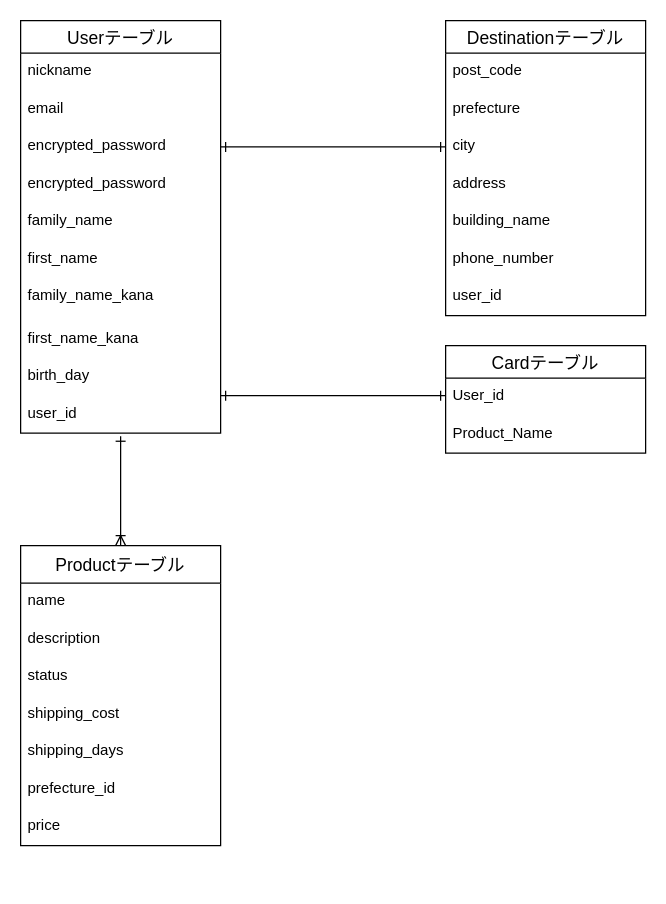
Above: test.dio in Echi0905/furima-38436 (draw.io), before the change. Source tidied: cells renumbered, new cells numbered last; positions are measured from the earlier drawing's top-left corner, leaving out a move shared by most shapes. Both pictures are drawn from the tidied source at 125%, with x=0, y=0 at pixel (20, 20).
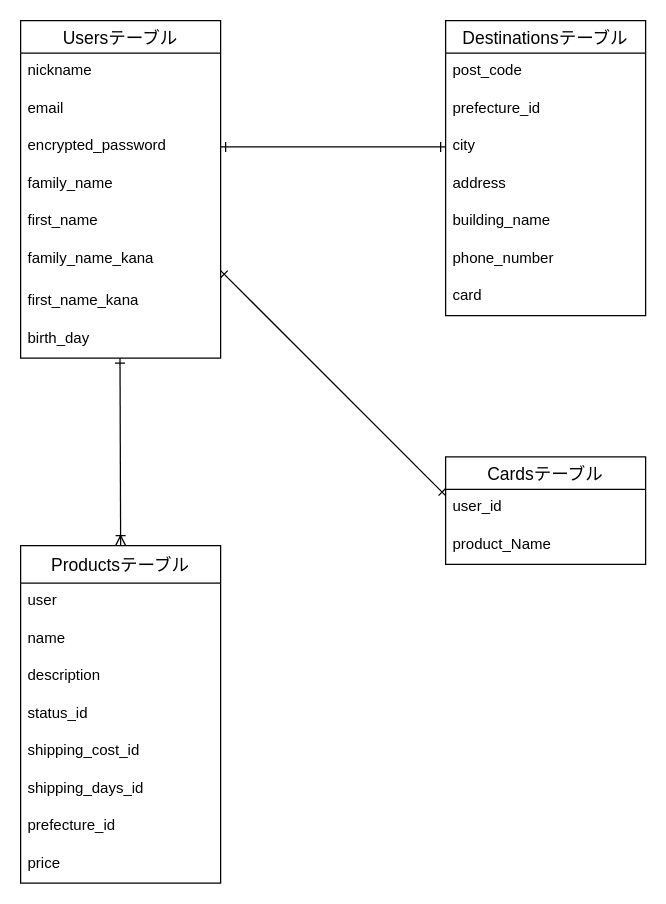
The same diagram, later.

Commit message (it also covers changes not shown here):
ER図・README修正

The edit, as a diff of the source:
```diff
@@
-    <mxCell id="2" value="Productテーブル" style="swimlane;fontStyle=0;horizontal=1;startSize=30;align=center;fontSize=14;" parent="1" vertex="1">
-      <mxGeometry y="420" width="160" height="240" as="geometry" />
+    <mxCell id="2" value="Productsテーブル" style="swimlane;fontStyle=0;horizontal=1;startSize=30;align=center;fontSize=14;" parent="1" vertex="1">
+      <mxGeometry y="420" width="160" height="270" as="geometry" />
     </mxCell>
-    <mxCell id="3" value="name" style="text;strokeColor=none;fillColor=none;spacingLeft=4;spacingRight=4;overflow=hidden;fontSize=12;" parent="2" vertex="1">
+    <mxCell id="3" value="user" style="text;strokeColor=none;fillColor=none;spacingLeft=4;spacingRight=4;overflow=hidden;fontSize=12;" parent="2" vertex="1">
       <mxGeometry y="30" width="160" height="30" as="geometry" />
     </mxCell>
+    <mxCell id="35" value="name" style="text;strokeColor=none;fillColor=none;spacingLeft=4;spacingRight=4;overflow=hidden;fontSize=12;" parent="2" vertex="1">
+      <mxGeometry y="60" width="160" height="30" as="geometry" />
+    </mxCell>
     <mxCell id="4" value="description" style="text;strokeColor=none;fillColor=none;spacingLeft=4;spacingRight=4;overflow=hidden;fontSize=12;" parent="2" vertex="1">
-      <mxGeometry y="60" width="160" height="30" as="geometry" />
+      <mxGeometry y="90" width="160" height="30" as="geometry" />
     </mxCell>
-    <mxCell id="5" value="status" style="text;strokeColor=none;fillColor=none;spacingLeft=4;spacingRight=4;overflow=hidden;fontSize=12;" parent="2" vertex="1">
-      <mxGeometry y="90" width="160" height="30" as="geometry" />
+    <mxCell id="5" value="status_id" style="text;strokeColor=none;fillColor=none;spacingLeft=4;spacingRight=4;overflow=hidden;fontSize=12;" parent="2" vertex="1">
+      <mxGeometry y="120" width="160" height="30" as="geometry" />
     </mxCell>
-    <mxCell id="6" value="shipping_cost" style="text;strokeColor=none;fillColor=none;spacingLeft=4;spacingRight=4;overflow=hidden;fontSize=12;" parent="2" vertex="1">
-      <mxGeometry y="120" width="160" height="30" as="geometry" />
+    <mxCell id="6" value="shipping_cost_id" style="text;strokeColor=none;fillColor=none;spacingLeft=4;spacingRight=4;overflow=hidden;fontSize=12;" parent="2" vertex="1">
+      <mxGeometry y="150" width="160" height="30" as="geometry" />
     </mxCell>
-    <mxCell id="7" value="shipping_days&#10;&#10;" style="text;strokeColor=none;fillColor=none;spacingLeft=4;spacingRight=4;overflow=hidden;fontSize=12;" parent="2" vertex="1">
-      <mxGeometry y="150" width="160" height="30" as="geometry" />
+    <mxCell id="7" value="shipping_days_id&#10;&#10;" style="text;strokeColor=none;fillColor=none;spacingLeft=4;spacingRight=4;overflow=hidden;fontSize=12;" parent="2" vertex="1">
+      <mxGeometry y="180" width="160" height="30" as="geometry" />
     </mxCell>
     <mxCell id="8" value="prefecture_id&#10;" style="text;strokeColor=none;fillColor=none;spacingLeft=4;spacingRight=4;overflow=hidden;fontSize=12;" parent="2" vertex="1">
-      <mxGeometry y="180" width="160" height="30" as="geometry" />
+      <mxGeometry y="210" width="160" height="30" as="geometry" />
     </mxCell>
     <mxCell id="9" value="price" style="text;strokeColor=none;fillColor=none;spacingLeft=4;spacingRight=4;overflow=hidden;fontSize=12;" parent="2" vertex="1">
-      <mxGeometry y="210" width="160" height="30" as="geometry" />
+      <mxGeometry y="240" width="160" height="30" as="geometry" />
     </mxCell>
-    <mxCell id="10" value="Userテーブル" style="swimlane;fontStyle=0;horizontal=1;startSize=26;align=center;fontSize=14;verticalAlign=middle;" parent="1" vertex="1">
-      <mxGeometry width="160" height="330" as="geometry" />
+    <mxCell id="10" value="Usersテーブル" style="swimlane;fontStyle=0;horizontal=1;startSize=26;align=center;fontSize=14;verticalAlign=middle;" parent="1" vertex="1">
+      <mxGeometry width="160" height="270" as="geometry" />
     </mxCell>
@@
-    <mxCell id="14" value="encrypted_password" style="text;strokeColor=none;fillColor=none;spacingLeft=4;spacingRight=4;overflow=hidden;fontSize=12;" parent="10" vertex="1">
-      <mxGeometry y="116" width="160" height="30" as="geometry" />
-    </mxCell>
     <mxCell id="15" value="family_name" style="text;strokeColor=none;fillColor=none;spacingLeft=4;spacingRight=4;overflow=hidden;fontSize=12;" parent="10" vertex="1">
-      <mxGeometry y="146" width="160" height="30" as="geometry" />
+      <mxGeometry y="116" width="160" height="30" as="geometry" />
     </mxCell>
     <mxCell id="16" value="first_name" style="text;strokeColor=none;fillColor=none;spacingLeft=4;spacingRight=4;overflow=hidden;fontSize=12;" parent="10" vertex="1">
-      <mxGeometry y="176" width="160" height="30" as="geometry" />
+      <mxGeometry y="146" width="160" height="30" as="geometry" />
     </mxCell>
     <mxCell id="17" value="family_name_kana&#10;&#10;" style="text;strokeColor=none;fillColor=none;spacingLeft=4;spacingRight=4;overflow=hidden;points=[[0,0.5],[1,0.5]];portConstraint=eastwest;fontSize=12;" parent="10" vertex="1">
-      <mxGeometry y="206" width="160" height="34" as="geometry" />
+      <mxGeometry y="176" width="160" height="34" as="geometry" />
     </mxCell>
     <mxCell id="18" value="first_name_kana&#10;&#10;&#10;" style="text;strokeColor=none;fillColor=none;spacingLeft=4;spacingRight=4;overflow=hidden;fontSize=12;" parent="10" vertex="1">
-      <mxGeometry y="240" width="160" height="30" as="geometry" />
+      <mxGeometry y="210" width="160" height="30" as="geometry" />
     </mxCell>
     <mxCell id="19" value="birth_day&#10;&#10;" style="text;strokeColor=none;fillColor=none;spacingLeft=4;spacingRight=4;overflow=hidden;fontSize=12;" parent="10" vertex="1">
-      <mxGeometry y="270" width="160" height="30" as="geometry" />
+      <mxGeometry y="240" width="160" height="30" as="geometry" />
     </mxCell>
-    <mxCell id="20" value="user_id&#10;" style="text;strokeColor=none;fillColor=none;spacingLeft=4;spacingRight=4;overflow=hidden;points=[[0,0.5],[1,0.5]];portConstraint=eastwest;fontSize=12;" parent="10" vertex="1">
-      <mxGeometry y="300" width="160" height="30" as="geometry" />
-    </mxCell>
-    <mxCell id="21" value="Cardテーブル" style="swimlane;fontStyle=0;horizontal=1;startSize=26;align=center;fontSize=14;" parent="1" vertex="1">
-      <mxGeometry x="340" y="260" width="160" height="86" as="geometry" />
+    <mxCell id="21" value="Cardsテーブル" style="swimlane;fontStyle=0;horizontal=1;startSize=26;align=center;fontSize=14;" parent="1" vertex="1">
+      <mxGeometry x="340" y="349" width="160" height="86" as="geometry" />
     </mxCell>
-    <mxCell id="22" value="User_id" style="text;strokeColor=none;fillColor=none;spacingLeft=4;spacingRight=4;overflow=hidden;fontSize=12;" parent="21" vertex="1">
+    <mxCell id="22" value="user_id" style="text;strokeColor=none;fillColor=none;spacingLeft=4;spacingRight=4;overflow=hidden;fontSize=12;" parent="21" vertex="1">
       <mxGeometry y="26" width="160" height="30" as="geometry" />
     </mxCell>
-    <mxCell id="23" value="Product_Name" style="text;strokeColor=none;fillColor=none;spacingLeft=4;spacingRight=4;overflow=hidden;fontSize=12;" parent="21" vertex="1">
+    <mxCell id="23" value="product_Name" style="text;strokeColor=none;fillColor=none;spacingLeft=4;spacingRight=4;overflow=hidden;fontSize=12;" parent="21" vertex="1">
       <mxGeometry y="56" width="160" height="30" as="geometry" />
     </mxCell>
-    <mxCell id="24" value="Destinationテーブル" style="swimlane;fontStyle=0;horizontal=1;startSize=26;align=center;fontSize=14;" parent="1" vertex="1">
+    <mxCell id="24" value="Destinationsテーブル" style="swimlane;fontStyle=0;horizontal=1;startSize=26;align=center;fontSize=14;" parent="1" vertex="1">
       <mxGeometry x="340" width="160" height="236" as="geometry" />
     </mxCell>
@@
-    <mxCell id="26" value="prefecture" style="text;strokeColor=none;fillColor=none;spacingLeft=4;spacingRight=4;overflow=hidden;fontSize=12;" parent="24" vertex="1">
+    <mxCell id="26" value="prefecture_id" style="text;strokeColor=none;fillColor=none;spacingLeft=4;spacingRight=4;overflow=hidden;fontSize=12;" parent="24" vertex="1">
       <mxGeometry y="56" width="160" height="30" as="geometry" />
     </mxCell>
@@
-    <mxCell id="31" value="user_id&#10;&#10;" style="text;strokeColor=none;fillColor=none;spacingLeft=4;spacingRight=4;overflow=hidden;fontSize=12;" parent="24" vertex="1">
-      <mxGeometry y="206" width="160" height="30" as="geometry" />
-    </mxCell>
+    <mxCell id="36" value="card&#10;" style="text;strokeColor=none;fillColor=none;spacingLeft=4;spacingRight=4;overflow=hidden;fontSize=12;" parent="24" vertex="1">
+      <mxGeometry y="206" width="160" height="30" as="geometry" />
+    </mxCell>
@@
-    <mxCell id="33" style="edgeStyle=none;html=1;endArrow=ERoneToMany;endFill=0;exitX=0.5;exitY=1.083;exitDx=0;exitDy=0;exitPerimeter=0;startArrow=ERone;startFill=0;" parent="1" edge="1" source="20">
+    <mxCell id="33" style="edgeStyle=none;html=1;endArrow=ERoneToMany;endFill=0;exitX=0.5;exitY=1.083;exitDx=0;exitDy=0;exitPerimeter=0;startArrow=ERone;startFill=0;entryX=0.5;entryY=0;entryDx=0;entryDy=0;" parent="1" edge="1" target="2">
       <mxGeometry relative="1" as="geometry">
-        <mxPoint x="80" y="420" as="targetPoint" />
+        <mxPoint x="79.5" y="270" as="sourcePoint" />
       </mxGeometry>
     </mxCell>
-    <mxCell id="34" style="edgeStyle=none;html=1;entryX=0;entryY=0.5;entryDx=0;entryDy=0;endArrow=ERone;endFill=0;startArrow=ERone;startFill=0;" parent="1" edge="1">
+    <mxCell id="34" style="edgeStyle=none;html=1;entryX=0;entryY=0.5;entryDx=0;entryDy=0;endArrow=ERone;endFill=0;startArrow=ERone;startFill=0;exitX=1;exitY=0.706;exitDx=0;exitDy=0;exitPerimeter=0;" parent="1" edge="1" source="17">
       <mxGeometry relative="1" as="geometry">
-        <mxPoint x="160" y="300" as="sourcePoint" />
-        <mxPoint x="340" y="300" as="targetPoint" />
+        <mxPoint x="340" y="380" as="targetPoint" />
       </mxGeometry>
     </mxCell>
```
